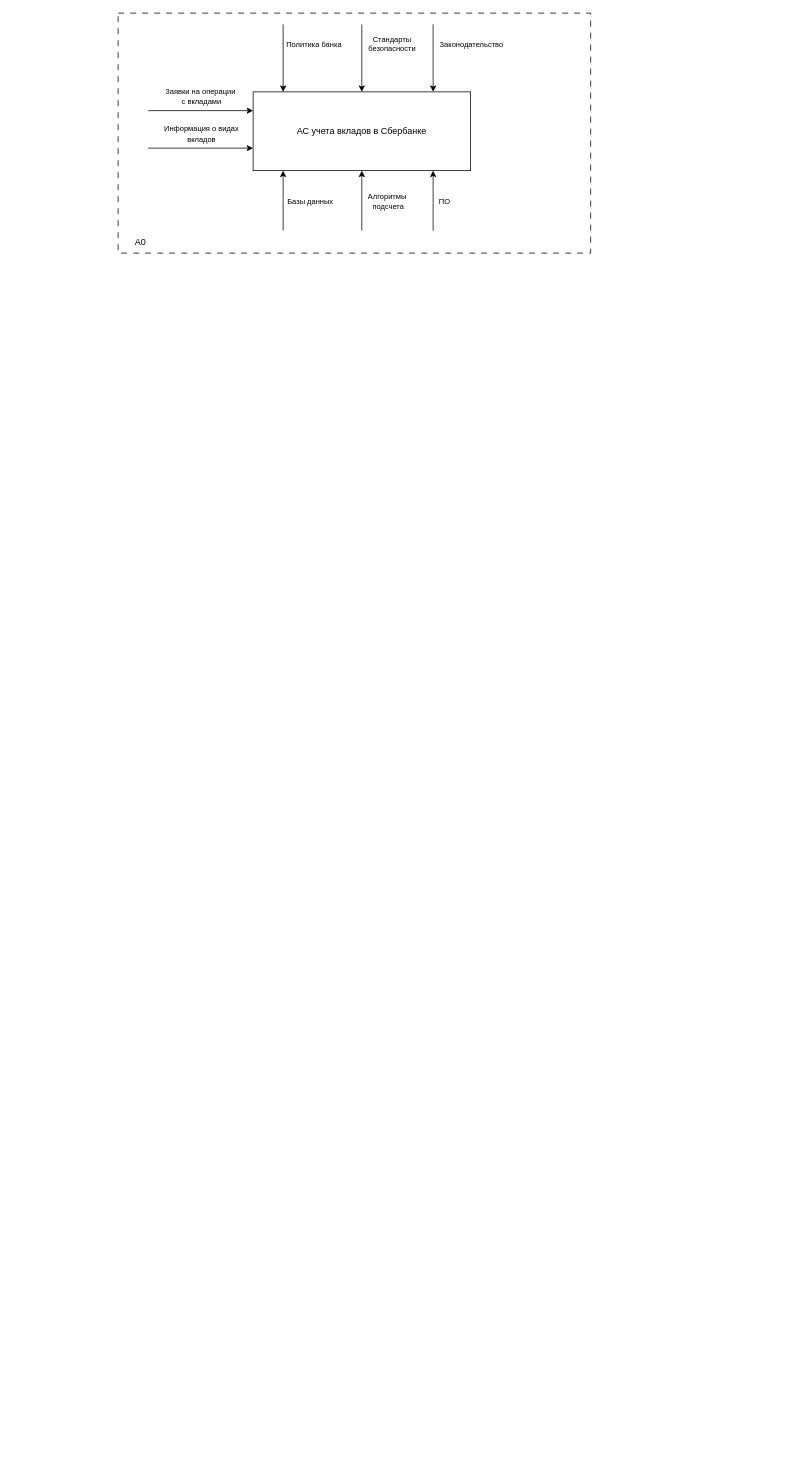
Earlier version of the draw.io diagram idef0.drawio (OlegWhiteRose/Architectures-for-highload). Source tidied: cells renumbered, new cells numbered last; positions are measured from the earlier drawing's top-left corner, leaving out a move shared by most shapes. Both pictures are drawn from the tidied source at 75%, with x=0, y=0 at pixel (118, 13).
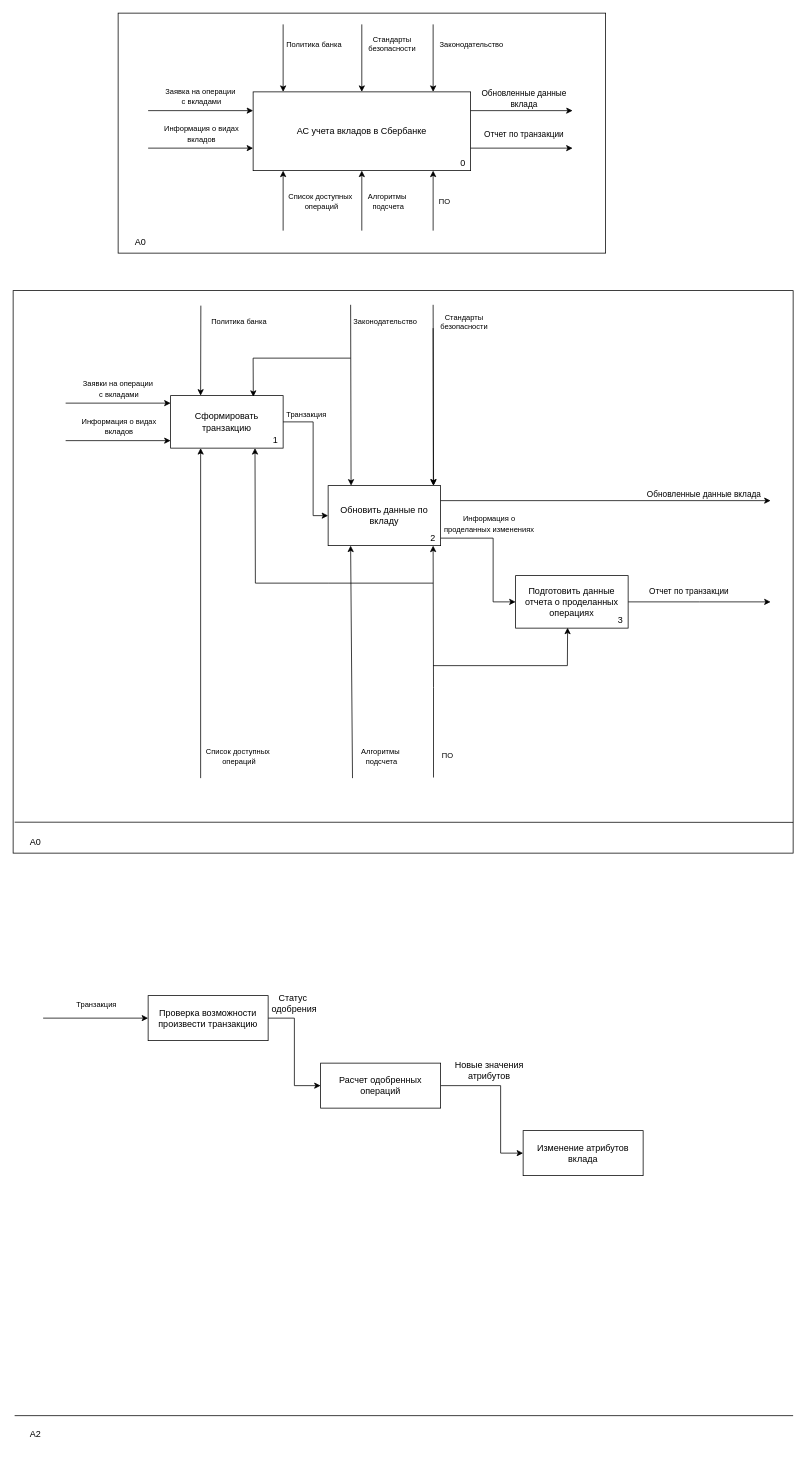
The same page after the edit.

Unchanged cells that the change refers to:
```xml
<mxCell id="11" style="endArrow=classic;html=1;rounded=0;strokeColor=default;entryX=0;entryY=0.25;entryDx=0;entryDy=0;" parent="1" edge="1">
  <mxGeometry relative="1" as="geometry">
    <mxPoint x="40" y="130" as="sourcePoint" />
    <mxPoint x="180" y="130" as="targetPoint" />
  </mxGeometry>
</mxCell>
<mxCell id="19" style="endArrow=classic;html=1;rounded=0;entryX=0.299;entryY=1.002;entryDx=0;entryDy=0;entryPerimeter=0;" parent="1" edge="1">
  <mxGeometry relative="1" as="geometry">
    <mxPoint x="220" y="290" as="sourcePoint" />
    <mxPoint x="220" y="210" as="targetPoint" />
  </mxGeometry>
</mxCell>
```

What changed in the source:
```diff
@@
+    <mxCell id="21" style="rounded=0;whiteSpace=wrap;html=1;" parent="1" vertex="1">
+      <mxGeometry x="-140" y="370" width="1040" height="750" as="geometry" />
+    </mxCell>
-    <mxCell id="2" style="rounded=0;whiteSpace=wrap;html=1;dashed=1;dashPattern=8 8;" parent="1" vertex="1">
-      <mxGeometry width="630" height="320" as="geometry" />
+    <mxCell id="2" style="rounded=0;whiteSpace=wrap;html=1;" parent="1" vertex="1">
+      <mxGeometry width="650" height="320" as="geometry" />
     </mxCell>
@@
-    <mxCell id="12" value="&lt;font style=&quot;font-size: 10px;&quot;&gt;Заявки на операции&amp;nbsp;&lt;/font&gt;&lt;div&gt;&lt;span style=&quot;font-size: 10px;&quot;&gt;с вкладами&lt;/span&gt;&lt;/div&gt;" style="edgeLabel;html=1;align=center;verticalAlign=middle;" parent="11" vertex="1">
+    <mxCell id="12" value="&lt;font style=&quot;font-size: 10px;&quot;&gt;Заявка на операции&amp;nbsp;&lt;/font&gt;&lt;div&gt;&lt;span style=&quot;font-size: 10px;&quot;&gt;с вкладами&lt;/span&gt;&lt;/div&gt;" style="edgeLabel;html=1;align=center;verticalAlign=middle;" parent="11" vertex="1">
       <mxGeometry x="-0.14" y="-3" relative="1" as="geometry">
         <mxPoint x="10" y="-23" as="offset" />
       </mxGeometry>
     </mxCell>
@@
-    <mxCell id="20" value="&lt;span style=&quot;font-size: 10px;&quot;&gt;Базы данных&lt;/span&gt;" style="edgeLabel;html=1;align=center;verticalAlign=middle;" parent="19" vertex="1">
+    <mxCell id="20" value="&lt;span style=&quot;font-size: 10px;&quot;&gt;Список доступных&amp;nbsp;&lt;/span&gt;&lt;div&gt;&lt;span style=&quot;font-size: 10px;&quot;&gt;операций&lt;/span&gt;&lt;/div&gt;" style="edgeLabel;html=1;align=center;verticalAlign=middle;" parent="19" vertex="1">
       <mxGeometry x="0.19" y="1" relative="1" as="geometry">
-        <mxPoint x="36" y="8" as="offset" />
+        <mxPoint x="51" y="8" as="offset" />
       </mxGeometry>
     </mxCell>
+    <mxCell id="22" style="endArrow=classic;html=1;rounded=0;entryX=-0.02;entryY=0.874;entryDx=0;entryDy=0;entryPerimeter=0;" parent="1" edge="1">
+      <mxGeometry relative="1" as="geometry">
+        <mxPoint x="470" y="130" as="sourcePoint" />
+        <mxPoint x="606" y="130" as="targetPoint" />
+      </mxGeometry>
+    </mxCell>
+    <mxCell id="23" value="Обновленные данные&lt;div&gt;вклада&lt;/div&gt;" style="edgeLabel;html=1;align=center;verticalAlign=middle;" parent="22" vertex="1">
+      <mxGeometry x="0.06" y="-1" relative="1" as="geometry">
+        <mxPoint x="-2" y="-18" as="offset" />
+      </mxGeometry>
+    </mxCell>
+    <mxCell id="24" style="endArrow=classic;html=1;rounded=0;entryX=-0.02;entryY=0.874;entryDx=0;entryDy=0;entryPerimeter=0;" parent="1" edge="1">
+      <mxGeometry relative="1" as="geometry">
+        <mxPoint x="470" y="180" as="sourcePoint" />
+        <mxPoint x="606" y="180" as="targetPoint" />
+      </mxGeometry>
+    </mxCell>
+    <mxCell id="25" value="Отчет по транзакции" style="edgeLabel;html=1;align=center;verticalAlign=middle;" parent="24" vertex="1">
+      <mxGeometry x="0.06" y="-1" relative="1" as="geometry">
+        <mxPoint x="-2" y="-21" as="offset" />
+      </mxGeometry>
+    </mxCell>
+    <mxCell id="26" value="А0" style="text;html=1;align=center;verticalAlign=middle;whiteSpace=wrap;rounded=0;" parent="1" vertex="1">
+      <mxGeometry x="-140" y="1090" width="60" height="30" as="geometry" />
+    </mxCell>
+    <mxCell id="27" value="0" style="text;html=1;align=center;verticalAlign=middle;whiteSpace=wrap;rounded=0;" parent="1" vertex="1">
+      <mxGeometry x="450" y="190" width="20" height="20" as="geometry" />
+    </mxCell>
+    <mxCell id="28" value="Сформировать транзакцию" style="rounded=0;whiteSpace=wrap;html=1;" parent="1" vertex="1">
+      <mxGeometry x="70" y="510" width="150" height="70" as="geometry" />
+    </mxCell>
+    <mxCell id="29" style="endArrow=classic;html=1;rounded=0;strokeColor=default;entryX=0;entryY=0.25;entryDx=0;entryDy=0;" parent="1" edge="1">
+      <mxGeometry relative="1" as="geometry">
+        <mxPoint x="-70" y="520" as="sourcePoint" />
+        <mxPoint x="70" y="520" as="targetPoint" />
+      </mxGeometry>
+    </mxCell>
+    <mxCell id="30" value="&lt;font style=&quot;font-size: 10px;&quot;&gt;Заявки на операции&amp;nbsp;&lt;/font&gt;&lt;div&gt;&lt;span style=&quot;font-size: 10px;&quot;&gt;с вкладами&lt;/span&gt;&lt;/div&gt;" style="edgeLabel;html=1;align=center;verticalAlign=middle;" parent="29" vertex="1">
+      <mxGeometry x="-0.14" y="-3" relative="1" as="geometry">
+        <mxPoint x="10" y="-23" as="offset" />
+      </mxGeometry>
+    </mxCell>
+    <mxCell id="31" style="endArrow=classic;html=1;rounded=0;" parent="1" edge="1">
+      <mxGeometry relative="1" as="geometry">
+        <mxPoint x="110.3" y="390" as="sourcePoint" />
+        <mxPoint x="110" y="510" as="targetPoint" />
+      </mxGeometry>
+    </mxCell>
+    <mxCell id="32" value="&lt;span style=&quot;font-size: 10px;&quot;&gt;Политика банка&lt;/span&gt;" style="edgeLabel;html=1;align=center;verticalAlign=middle;" parent="31" vertex="1">
+      <mxGeometry x="0.06" y="-1" relative="1" as="geometry">
+        <mxPoint x="51" y="-43" as="offset" />
+      </mxGeometry>
+    </mxCell>
+    <mxCell id="33" style="edgeStyle=orthogonalEdgeStyle;rounded=0;jettySize=auto;html=1;entryX=0;entryY=0.5;entryDx=0;entryDy=0;" parent="1" edge="1" source="34" target="47">
+      <mxGeometry relative="1" as="geometry">
+        <Array as="points">
+          <mxPoint x="500" y="700" />
+          <mxPoint x="500" y="785" />
+        </Array>
+      </mxGeometry>
+    </mxCell>
+    <mxCell id="34" value="Обновить данные по вкладу" style="rounded=0;whiteSpace=wrap;html=1;" parent="1" vertex="1">
+      <mxGeometry x="280" y="630" width="150" height="80" as="geometry" />
+    </mxCell>
+    <mxCell id="35" style="endArrow=classic;html=1;rounded=0;entryX=0.5;entryY=0;entryDx=0;entryDy=0;" parent="1" edge="1">
+      <mxGeometry relative="1" as="geometry">
+        <mxPoint x="420" y="420" as="sourcePoint" />
+        <mxPoint x="420.3" y="630" as="targetPoint" />
+      </mxGeometry>
+    </mxCell>
+    <mxCell id="36" value="&lt;font style=&quot;font-size: 10px;&quot;&gt;Стандарты&lt;/font&gt;&lt;div style=&quot;font-size: 10px;&quot;&gt;&lt;font style=&quot;font-size: 10px;&quot;&gt;безопасности&lt;/font&gt;&lt;/div&gt;" style="edgeLabel;html=1;align=center;verticalAlign=middle;" parent="35" vertex="1">
+      <mxGeometry x="0.06" y="-1" relative="1" as="geometry">
+        <mxPoint x="41" y="-121" as="offset" />
+      </mxGeometry>
+    </mxCell>
+    <mxCell id="37" style="endArrow=classic;html=1;rounded=0;entryX=0.204;entryY=0.016;entryDx=0;entryDy=0;entryPerimeter=0;" parent="1" edge="1">
+      <mxGeometry relative="1" as="geometry">
+        <mxPoint x="310" y="388.9" as="sourcePoint" />
+        <mxPoint x="310.6" y="630" as="targetPoint" />
+      </mxGeometry>
+    </mxCell>
+    <mxCell id="38" value="&lt;font style=&quot;font-size: 10px;&quot;&gt;Законодательство&lt;/font&gt;" style="edgeLabel;html=1;align=center;verticalAlign=middle;" parent="37" vertex="1">
+      <mxGeometry x="0.06" y="-1" relative="1" as="geometry">
+        <mxPoint x="46" y="-106" as="offset" />
+      </mxGeometry>
+    </mxCell>
+    <mxCell id="39" style="endArrow=classic;html=1;rounded=0;entryX=0.204;entryY=0.016;entryDx=0;entryDy=0;entryPerimeter=0;" parent="1" edge="1">
+      <mxGeometry relative="1" as="geometry">
+        <mxPoint x="420" y="388.9" as="sourcePoint" />
+        <mxPoint x="420.6" y="630" as="targetPoint" />
+      </mxGeometry>
+    </mxCell>
+    <mxCell id="40" style="endArrow=classic;html=1;rounded=0;entryX=0.735;entryY=0.022;entryDx=0;entryDy=0;entryPerimeter=0;" parent="1" edge="1" target="28">
+      <mxGeometry relative="1" as="geometry">
+        <mxPoint x="310" y="460" as="sourcePoint" />
+        <Array as="points">
+          <mxPoint x="180" y="460" />
+        </Array>
+      </mxGeometry>
+    </mxCell>
+    <mxCell id="41" style="endArrow=classic;html=1;rounded=0;strokeColor=default;entryX=0;entryY=0.25;entryDx=0;entryDy=0;" parent="1" edge="1">
+      <mxGeometry relative="1" as="geometry">
+        <mxPoint x="-70" y="570" as="sourcePoint" />
+        <mxPoint x="70" y="570" as="targetPoint" />
+      </mxGeometry>
+    </mxCell>
+    <mxCell id="42" value="&lt;span style=&quot;font-size: 10px;&quot;&gt;Информация о видах&lt;/span&gt;&lt;div&gt;&lt;span style=&quot;font-size: 10px;&quot;&gt;вкладов&lt;/span&gt;&lt;/div&gt;" style="edgeLabel;html=1;align=center;verticalAlign=middle;" parent="41" vertex="1">
+      <mxGeometry x="-0.14" y="-3" relative="1" as="geometry">
+        <mxPoint x="10" y="-23" as="offset" />
+      </mxGeometry>
+    </mxCell>
+    <mxCell id="43" style="endArrow=classic;html=1;rounded=0;exitX=1;exitY=0.5;exitDx=0;exitDy=0;" parent="1" edge="1" source="28">
+      <mxGeometry relative="1" as="geometry">
+        <mxPoint x="280" y="670" as="targetPoint" />
+        <Array as="points">
+          <mxPoint x="260" y="545" />
+          <mxPoint x="260" y="670" />
+        </Array>
+      </mxGeometry>
+    </mxCell>
+    <mxCell id="44" value="&lt;font style=&quot;font-size: 10px;&quot;&gt;&amp;nbsp;Транзакция&lt;/font&gt;" style="text;html=1;align=center;verticalAlign=middle;whiteSpace=wrap;rounded=0;" parent="1" vertex="1">
+      <mxGeometry x="220" y="520" width="60" height="30" as="geometry" />
+    </mxCell>
+    <mxCell id="45" style="edgeStyle=orthogonalEdgeStyle;rounded=0;jettySize=auto;html=1;" parent="1" edge="1" source="47">
+      <mxGeometry relative="1" as="geometry">
+        <mxPoint x="870" y="785" as="targetPoint" />
+      </mxGeometry>
+    </mxCell>
+    <mxCell id="46" value="Отчет по транзакции" style="edgeLabel;html=1;align=center;verticalAlign=middle;" parent="45" vertex="1">
+      <mxGeometry x="-0.35" y="-2" relative="1" as="geometry">
+        <mxPoint x="18" y="-17" as="offset" />
+      </mxGeometry>
+    </mxCell>
+    <mxCell id="47" value="Подготовить данные отчета о проделанных операциях" style="rounded=0;whiteSpace=wrap;html=1;" parent="1" vertex="1">
+      <mxGeometry x="530" y="750" width="150" height="70" as="geometry" />
+    </mxCell>
+    <mxCell id="48" value="&lt;span style=&quot;font-size: 10px;&quot;&gt;Информация о проделанных изменениях&lt;/span&gt;" style="text;html=1;align=center;verticalAlign=middle;whiteSpace=wrap;rounded=0;" parent="1" vertex="1">
+      <mxGeometry x="430" y="670" width="130" height="20" as="geometry" />
+    </mxCell>
+    <mxCell id="49" style="endArrow=classic;html=1;rounded=0;exitX=1;exitY=0.25;exitDx=0;exitDy=0;" parent="1" edge="1" source="34">
+      <mxGeometry relative="1" as="geometry">
+        <mxPoint x="870" y="650" as="targetPoint" />
+      </mxGeometry>
+    </mxCell>
+    <mxCell id="50" value="Обновленные данные вклада" style="edgeLabel;html=1;align=center;verticalAlign=middle;" parent="49" vertex="1">
+      <mxGeometry x="0.18" y="-2" relative="1" as="geometry">
+        <mxPoint x="90" y="-12" as="offset" />
+      </mxGeometry>
+    </mxCell>
+    <mxCell id="51" style="endArrow=classic;html=1;rounded=0;entryX=0.53;entryY=1.01;entryDx=0;entryDy=0;entryPerimeter=0;" parent="1" edge="1">
+      <mxGeometry relative="1" as="geometry">
+        <mxPoint x="420.5" y="1019.2" as="sourcePoint" />
+        <mxPoint x="420" y="710" as="targetPoint" />
+        <Array as="points">
+          <mxPoint x="420.5" y="899.2" />
+        </Array>
+      </mxGeometry>
+    </mxCell>
+    <mxCell id="52" value="&lt;font style=&quot;font-size: 10px;&quot;&gt;ПО&lt;/font&gt;" style="edgeLabel;html=1;align=center;verticalAlign=middle;" parent="1" vertex="1">
+      <mxGeometry x="430" y="980" as="geometry">
+        <mxPoint x="8" y="8" as="offset" />
+      </mxGeometry>
+    </mxCell>
+    <mxCell id="53" style="endArrow=classic;html=1;rounded=0;entryX=0.462;entryY=0.993;entryDx=0;entryDy=0;entryPerimeter=0;" parent="1" edge="1" target="47">
+      <mxGeometry relative="1" as="geometry">
+        <mxPoint x="420" y="870" as="sourcePoint" />
+        <Array as="points">
+          <mxPoint x="599" y="870" />
+        </Array>
+      </mxGeometry>
+    </mxCell>
+    <mxCell id="54" style="endArrow=classic;html=1;rounded=0;entryX=0.75;entryY=1;entryDx=0;entryDy=0;" parent="1" edge="1" target="28">
+      <mxGeometry relative="1" as="geometry">
+        <mxPoint x="420" y="760" as="sourcePoint" />
+        <Array as="points">
+          <mxPoint x="280" y="760" />
+          <mxPoint x="183" y="760" />
+        </Array>
+      </mxGeometry>
+    </mxCell>
+    <mxCell id="55" style="endArrow=classic;html=1;rounded=0;entryX=0.25;entryY=1;entryDx=0;entryDy=0;" parent="1" edge="1">
+      <mxGeometry relative="1" as="geometry">
+        <mxPoint x="312.5" y="1020" as="sourcePoint" />
+        <mxPoint x="310" y="710" as="targetPoint" />
+      </mxGeometry>
+    </mxCell>
+    <mxCell id="56" value="&lt;span style=&quot;font-size: 10px;&quot;&gt;Алгоритмы&amp;nbsp;&lt;/span&gt;&lt;div&gt;&lt;span style=&quot;font-size: 10px;&quot;&gt;подсчета&lt;/span&gt;&lt;/div&gt;" style="edgeLabel;html=1;align=center;verticalAlign=middle;" parent="1" vertex="1">
+      <mxGeometry x="350" y="990" as="geometry" />
+    </mxCell>
+    <mxCell id="57" style="endArrow=classic;html=1;rounded=0;entryX=0.25;entryY=1;entryDx=0;entryDy=0;" parent="1" edge="1">
+      <mxGeometry relative="1" as="geometry">
+        <mxPoint x="110" y="1020" as="sourcePoint" />
+        <mxPoint x="110" y="580" as="targetPoint" />
+      </mxGeometry>
+    </mxCell>
+    <mxCell id="58" value="&lt;span style=&quot;font-size: 10px;&quot;&gt;Список доступных&amp;nbsp;&lt;/span&gt;&lt;div&gt;&lt;span style=&quot;font-size: 10px;&quot;&gt;операций&lt;/span&gt;&lt;/div&gt;" style="edgeLabel;html=1;align=center;verticalAlign=middle;" parent="1" vertex="1">
+      <mxGeometry x="160" y="990" as="geometry" />
+    </mxCell>
+    <mxCell id="59" value="1" style="text;html=1;align=center;verticalAlign=middle;whiteSpace=wrap;rounded=0;" parent="1" vertex="1">
+      <mxGeometry x="200" y="560" width="20" height="20" as="geometry" />
+    </mxCell>
+    <mxCell id="60" value="2" style="text;html=1;align=center;verticalAlign=middle;whiteSpace=wrap;rounded=0;" parent="1" vertex="1">
+      <mxGeometry x="410" y="690" width="20" height="20" as="geometry" />
+    </mxCell>
+    <mxCell id="61" value="3" style="text;html=1;align=center;verticalAlign=middle;whiteSpace=wrap;rounded=0;" parent="1" vertex="1">
+      <mxGeometry x="660" y="800" width="20" height="20" as="geometry" />
+    </mxCell>
+    <mxCell id="62" style="endArrow=none;html=1;rounded=0;exitX=0.002;exitY=0.945;exitDx=0;exitDy=0;exitPerimeter=0;" parent="1" edge="1" source="21">
+      <mxGeometry relative="1" as="geometry">
+        <mxPoint x="900" y="1079" as="targetPoint" />
+      </mxGeometry>
+    </mxCell>
+    <mxCell id="63" value="А2" style="text;html=1;align=center;verticalAlign=middle;whiteSpace=wrap;rounded=0;" parent="1" vertex="1">
+      <mxGeometry x="-140" y="1880" width="60" height="30" as="geometry" />
+    </mxCell>
+    <mxCell id="64" style="endArrow=none;html=1;rounded=0;exitX=0.002;exitY=0.945;exitDx=0;exitDy=0;exitPerimeter=0;" parent="1" edge="1">
+      <mxGeometry relative="1" as="geometry">
+        <mxPoint x="-138" y="1870" as="sourcePoint" />
+        <mxPoint x="900" y="1870" as="targetPoint" />
+      </mxGeometry>
+    </mxCell>
+    <mxCell id="65" style="endArrow=classic;html=1;rounded=0;strokeColor=default;entryX=0;entryY=0.25;entryDx=0;entryDy=0;" parent="1" edge="1">
+      <mxGeometry relative="1" as="geometry">
+        <mxPoint x="-100" y="1340" as="sourcePoint" />
+        <mxPoint x="40" y="1340" as="targetPoint" />
+      </mxGeometry>
+    </mxCell>
+    <mxCell id="66" value="&lt;span style=&quot;font-size: 10px;&quot;&gt;Транзакция&lt;/span&gt;" style="edgeLabel;html=1;align=center;verticalAlign=middle;" parent="65" vertex="1">
+      <mxGeometry x="-0.14" y="-3" relative="1" as="geometry">
+        <mxPoint x="10" y="-23" as="offset" />
+      </mxGeometry>
+    </mxCell>
+    <mxCell id="67" style="edgeStyle=orthogonalEdgeStyle;rounded=0;jettySize=auto;html=1;entryX=0;entryY=0.5;entryDx=0;entryDy=0;" parent="1" edge="1" source="68" target="70">
+      <mxGeometry relative="1" as="geometry" />
+    </mxCell>
+    <mxCell id="68" value="Проверка возможности произвести транзакцию" style="rounded=0;whiteSpace=wrap;html=1;" parent="1" vertex="1">
+      <mxGeometry x="40" y="1310" width="160" height="60" as="geometry" />
+    </mxCell>
+    <mxCell id="69" style="edgeStyle=orthogonalEdgeStyle;rounded=0;jettySize=auto;html=1;entryX=0;entryY=0.5;entryDx=0;entryDy=0;" parent="1" edge="1" source="70" target="72">
+      <mxGeometry relative="1" as="geometry">
+        <Array as="points">
+          <mxPoint x="510" y="1430" />
+          <mxPoint x="510" y="1520" />
+        </Array>
+      </mxGeometry>
+    </mxCell>
+    <mxCell id="70" value="Расчет одобренных операций" style="rounded=0;whiteSpace=wrap;html=1;" parent="1" vertex="1">
+      <mxGeometry x="270" y="1400" width="160" height="60" as="geometry" />
+    </mxCell>
+    <mxCell id="71" value="Статус&amp;nbsp;&lt;div&gt;одобрения&lt;/div&gt;" style="text;html=1;align=center;verticalAlign=middle;whiteSpace=wrap;rounded=0;" parent="1" vertex="1">
+      <mxGeometry x="170" y="1310" width="130" height="20" as="geometry" />
+    </mxCell>
+    <mxCell id="72" value="Изменение атрибутов вклада" style="rounded=0;whiteSpace=wrap;html=1;" parent="1" vertex="1">
+      <mxGeometry x="540" y="1490" width="160" height="60" as="geometry" />
+    </mxCell>
+    <mxCell id="73" value="Новые значения атрибутов" style="text;html=1;align=center;verticalAlign=middle;whiteSpace=wrap;rounded=0;" parent="1" vertex="1">
+      <mxGeometry x="430" y="1400" width="130" height="20" as="geometry" />
+    </mxCell>
```
